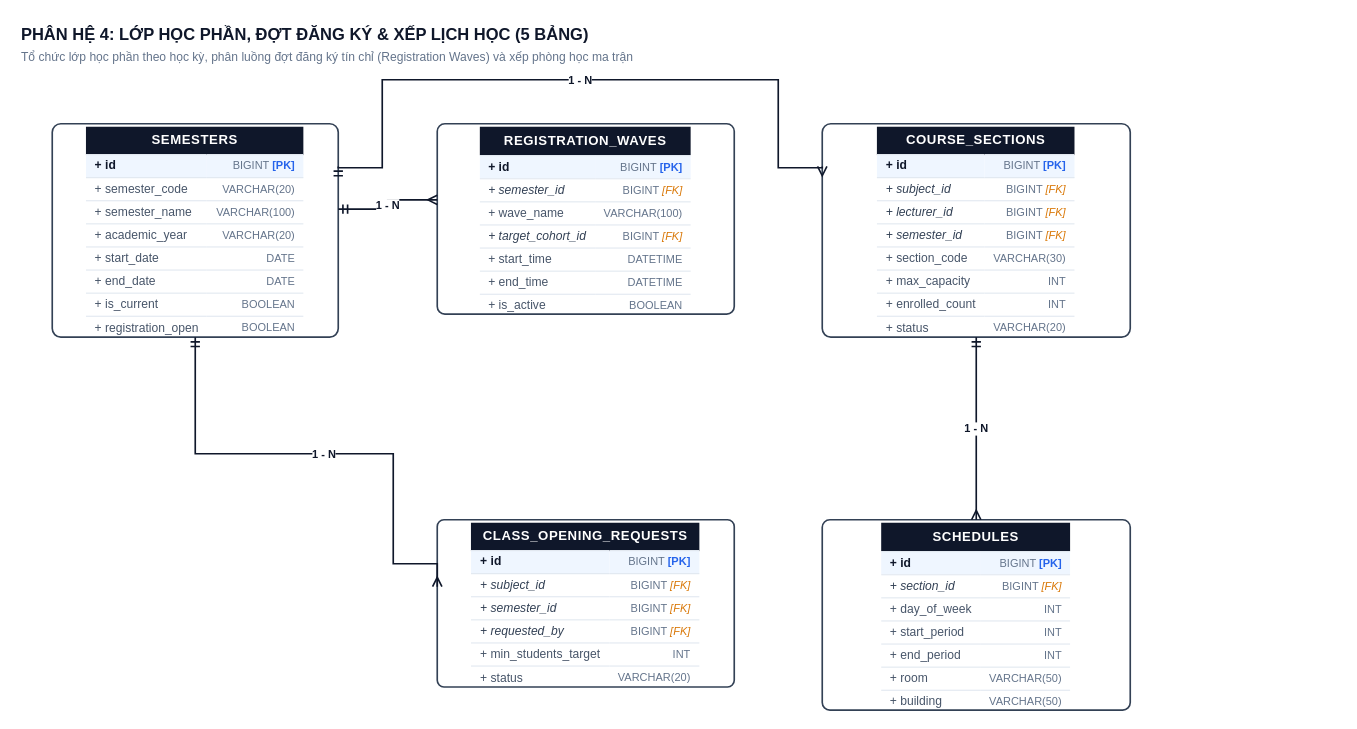
DevMarkie/DoAnChuyenNganh keeps this draw.io diagram as page "5. Phân hệ 4 - Lớp học phần & Xếp lịch" (5 of 8) of drawio/ERD_Diagrams.drawio. Above is the earlier version. Source tidied: cells renumbered, new cells numbered last; positions are measured from the earlier drawing's top-left corner, leaving out a move shared by most shapes. Both pictures are drawn from the tidied source at 110%, with x=0, y=0 at pixel (19, 19).
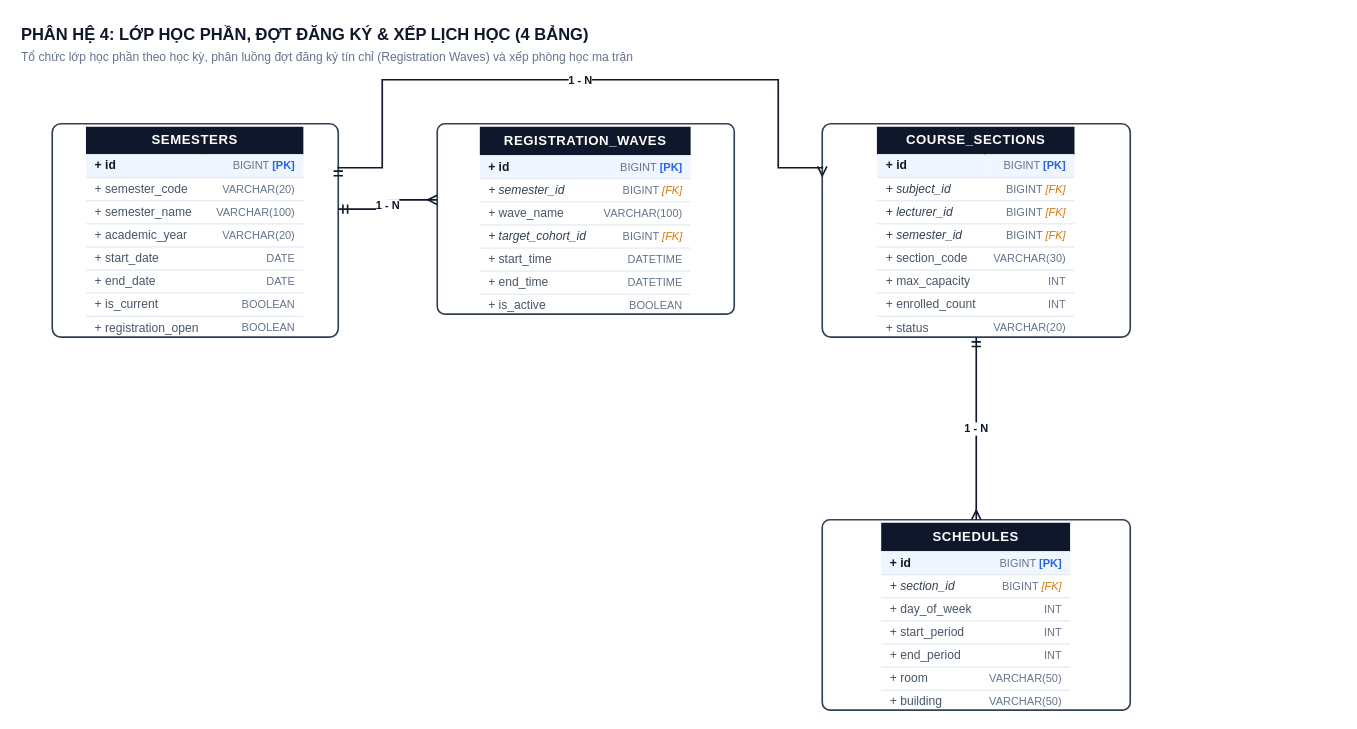
The same page after the edit.

The edit, as a diff of the source:
```diff
@@
 <mxGraphModel background="#ffffff">
   <root>
     <mxCell id="0" />
     <mxCell id="1" parent="0" />
-    <mxCell id="2" value="PHÂN HỆ 4: LỚP HỌC PHẦN, ĐỢT ĐĂNG KÝ &amp; XẾP LỊCH HỌC (5 BẢNG)" style="text;html=1;strokeColor=none;fillColor=none;align=left;verticalAlign=middle;fontStyle=1;fontSize=15;fontFamily=Arial,Helvetica,sans-serif;fontColor=#0f172a;" parent="1" vertex="1">
+    <mxCell id="2" value="PHÂN HỆ 4: LỚP HỌC PHẦN, ĐỢT ĐĂNG KÝ &amp; XẾP LỊCH HỌC (4 BẢNG)" style="text;html=1;strokeColor=none;fillColor=none;align=left;verticalAlign=middle;fontStyle=1;fontSize=15;fontFamily=Arial,Helvetica,sans-serif;fontColor=#0f172a;" parent="1" vertex="1">
       <mxGeometry width="1200" height="26" as="geometry" />
     </mxCell>
     <mxCell id="3" value="Tổ chức lớp học phần theo học kỳ, phân luồng đợt đăng ký tín chỉ (Registration Waves) và xếp phòng học ma trận" style="text;html=1;strokeColor=none;fillColor=none;align=left;verticalAlign=middle;fontStyle=0;fontSize=11;fontFamily=Arial,Helvetica,sans-serif;fontColor=#64748b;" parent="1" vertex="1">
       <mxGeometry y="24" width="1200" height="20" as="geometry" />
     </mxCell>
     <mxCell id="4" value="&lt;table style=&quot;width:100%; border-collapse:collapse; font-family:Arial,Helvetica,sans-serif; font-size:11px; margin:0; padding:0;&quot;&gt;&lt;tr style=&quot;background:#0f172a; color:#ffffff; height:26px;&quot;&gt;&lt;td colspan=&quot;2&quot; align=&quot;center&quot; style=&quot;font-weight:bold; font-size:12px; letter-spacing:0.5px;&quot;&gt;SEMESTERS&lt;/td&gt;&lt;/tr&gt;&lt;tr style=&quot;background:#eff6ff; height:21px; border-top:1px solid #e2e8f0;&quot;&gt;&lt;td style=&quot;padding:2px 8px; text-align:left; font-weight:bold; color:#0f172a;&quot;&gt;+ id&lt;/td&gt;&lt;td style=&quot;padding:2px 8px; text-align:right; color:#64748b; font-size:10px;&quot;&gt;BIGINT &lt;b style=&quot;color:#2563eb;&quot;&gt;[PK]&lt;/b&gt;&lt;/td&gt;&lt;/tr&gt;&lt;tr style=&quot;background:#ffffff; height:21px; border-top:1px solid #e2e8f0;&quot;&gt;&lt;td style=&quot;padding:2px 8px; text-align:left; color:#475569;&quot;&gt;+ semester_code&lt;/td&gt;&lt;td style=&quot;padding:2px 8px; text-align:right; color:#64748b; font-size:10px;&quot;&gt;VARCHAR(20)&lt;/td&gt;&lt;/tr&gt;&lt;tr style=&quot;background:#ffffff; height:21px; border-top:1px solid #e2e8f0;&quot;&gt;&lt;td style=&quot;padding:2px 8px; text-align:left; color:#475569;&quot;&gt;+ semester_name&lt;/td&gt;&lt;td style=&quot;padding:2px 8px; text-align:right; color:#64748b; font-size:10px;&quot;&gt;VARCHAR(100)&lt;/td&gt;&lt;/tr&gt;&lt;tr style=&quot;background:#ffffff; height:21px; border-top:1px solid #e2e8f0;&quot;&gt;&lt;td style=&quot;padding:2px 8px; text-align:left; color:#475569;&quot;&gt;+ academic_year&lt;/td&gt;&lt;td style=&quot;padding:2px 8px; text-align:right; color:#64748b; font-size:10px;&quot;&gt;VARCHAR(20)&lt;/td&gt;&lt;/tr&gt;&lt;tr style=&quot;background:#ffffff; height:21px; border-top:1px solid #e2e8f0;&quot;&gt;&lt;td style=&quot;padding:2px 8px; text-align:left; color:#475569;&quot;&gt;+ start_date&lt;/td&gt;&lt;td style=&quot;padding:2px 8px; text-align:right; color:#64748b; font-size:10px;&quot;&gt;DATE&lt;/td&gt;&lt;/tr&gt;&lt;tr style=&quot;background:#ffffff; height:21px; border-top:1px solid #e2e8f0;&quot;&gt;&lt;td style=&quot;padding:2px 8px; text-align:left; color:#475569;&quot;&gt;+ end_date&lt;/td&gt;&lt;td style=&quot;padding:2px 8px; text-align:right; color:#64748b; font-size:10px;&quot;&gt;DATE&lt;/td&gt;&lt;/tr&gt;&lt;tr style=&quot;background:#ffffff; height:21px; border-top:1px solid #e2e8f0;&quot;&gt;&lt;td style=&quot;padding:2px 8px; text-align:left; color:#475569;&quot;&gt;+ is_current&lt;/td&gt;&lt;td style=&quot;padding:2px 8px; text-align:right; color:#64748b; font-size:10px;&quot;&gt;BOOLEAN&lt;/td&gt;&lt;/tr&gt;&lt;tr style=&quot;background:#ffffff; height:21px; border-top:1px solid #e2e8f0;&quot;&gt;&lt;td style=&quot;padding:2px 8px; text-align:left; color:#475569;&quot;&gt;+ registration_open&lt;/td&gt;&lt;td style=&quot;padding:2px 8px; text-align:right; color:#64748b; font-size:10px;&quot;&gt;BOOLEAN&lt;/td&gt;&lt;/tr&gt;&lt;/table&gt;" style="rounded=1;arcSize=4;strokeColor=#334155;strokeWidth=1.5;fillColor=#ffffff;html=1;overflow=hidden;whiteSpace=wrap;" parent="1" vertex="1">
       <mxGeometry x="30" y="95" width="260" height="194" as="geometry" />
     </mxCell>
     <mxCell id="5" value="&lt;table style=&quot;width:100%; border-collapse:collapse; font-family:Arial,Helvetica,sans-serif; font-size:11px; margin:0; padding:0;&quot;&gt;&lt;tr style=&quot;background:#0f172a; color:#ffffff; height:26px;&quot;&gt;&lt;td colspan=&quot;2&quot; align=&quot;center&quot; style=&quot;font-weight:bold; font-size:12px; letter-spacing:0.5px;&quot;&gt;REGISTRATION_WAVES&lt;/td&gt;&lt;/tr&gt;&lt;tr style=&quot;background:#eff6ff; height:21px; border-top:1px solid #e2e8f0;&quot;&gt;&lt;td style=&quot;padding:2px 8px; text-align:left; font-weight:bold; color:#0f172a;&quot;&gt;+ id&lt;/td&gt;&lt;td style=&quot;padding:2px 8px; text-align:right; color:#64748b; font-size:10px;&quot;&gt;BIGINT &lt;b style=&quot;color:#2563eb;&quot;&gt;[PK]&lt;/b&gt;&lt;/td&gt;&lt;/tr&gt;&lt;tr style=&quot;background:#ffffff; height:21px; border-top:1px solid #e2e8f0;&quot;&gt;&lt;td style=&quot;padding:2px 8px; text-align:left; font-style:italic; color:#334155;&quot;&gt;+ semester_id&lt;/td&gt;&lt;td style=&quot;padding:2px 8px; text-align:right; color:#64748b; font-size:10px;&quot;&gt;BIGINT &lt;i style=&quot;color:#d97706;&quot;&gt;[FK]&lt;/i&gt;&lt;/td&gt;&lt;/tr&gt;&lt;tr style=&quot;background:#ffffff; height:21px; border-top:1px solid #e2e8f0;&quot;&gt;&lt;td style=&quot;padding:2px 8px; text-align:left; color:#475569;&quot;&gt;+ wave_name&lt;/td&gt;&lt;td style=&quot;padding:2px 8px; text-align:right; color:#64748b; font-size:10px;&quot;&gt;VARCHAR(100)&lt;/td&gt;&lt;/tr&gt;&lt;tr style=&quot;background:#ffffff; height:21px; border-top:1px solid #e2e8f0;&quot;&gt;&lt;td style=&quot;padding:2px 8px; text-align:left; font-style:italic; color:#334155;&quot;&gt;+ target_cohort_id&lt;/td&gt;&lt;td style=&quot;padding:2px 8px; text-align:right; color:#64748b; font-size:10px;&quot;&gt;BIGINT &lt;i style=&quot;color:#d97706;&quot;&gt;[FK]&lt;/i&gt;&lt;/td&gt;&lt;/tr&gt;&lt;tr style=&quot;background:#ffffff; height:21px; border-top:1px solid #e2e8f0;&quot;&gt;&lt;td style=&quot;padding:2px 8px; text-align:left; color:#475569;&quot;&gt;+ start_time&lt;/td&gt;&lt;td style=&quot;padding:2px 8px; text-align:right; color:#64748b; font-size:10px;&quot;&gt;DATETIME&lt;/td&gt;&lt;/tr&gt;&lt;tr style=&quot;background:#ffffff; height:21px; border-top:1px solid #e2e8f0;&quot;&gt;&lt;td style=&quot;padding:2px 8px; text-align:left; color:#475569;&quot;&gt;+ end_time&lt;/td&gt;&lt;td style=&quot;padding:2px 8px; text-align:right; color:#64748b; font-size:10px;&quot;&gt;DATETIME&lt;/td&gt;&lt;/tr&gt;&lt;tr style=&quot;background:#ffffff; height:21px; border-top:1px solid #e2e8f0;&quot;&gt;&lt;td style=&quot;padding:2px 8px; text-align:left; color:#475569;&quot;&gt;+ is_active&lt;/td&gt;&lt;td style=&quot;padding:2px 8px; text-align:right; color:#64748b; font-size:10px;&quot;&gt;BOOLEAN&lt;/td&gt;&lt;/tr&gt;&lt;/table&gt;" style="rounded=1;arcSize=4;strokeColor=#334155;strokeWidth=1.5;fillColor=#ffffff;html=1;overflow=hidden;whiteSpace=wrap;" parent="1" vertex="1">
       <mxGeometry x="380" y="95" width="270" height="173" as="geometry" />
     </mxCell>
     <mxCell id="6" value="&lt;table style=&quot;width:100%; border-collapse:collapse; font-family:Arial,Helvetica,sans-serif; font-size:11px; margin:0; padding:0;&quot;&gt;&lt;tr style=&quot;background:#0f172a; color:#ffffff; height:26px;&quot;&gt;&lt;td colspan=&quot;2&quot; align=&quot;center&quot; style=&quot;font-weight:bold; font-size:12px; letter-spacing:0.5px;&quot;&gt;COURSE_SECTIONS&lt;/td&gt;&lt;/tr&gt;&lt;tr style=&quot;background:#eff6ff; height:21px; border-top:1px solid #e2e8f0;&quot;&gt;&lt;td style=&quot;padding:2px 8px; text-align:left; font-weight:bold; color:#0f172a;&quot;&gt;+ id&lt;/td&gt;&lt;td style=&quot;padding:2px 8px; text-align:right; color:#64748b; font-size:10px;&quot;&gt;BIGINT &lt;b style=&quot;color:#2563eb;&quot;&gt;[PK]&lt;/b&gt;&lt;/td&gt;&lt;/tr&gt;&lt;tr style=&quot;background:#ffffff; height:21px; border-top:1px solid #e2e8f0;&quot;&gt;&lt;td style=&quot;padding:2px 8px; text-align:left; font-style:italic; color:#334155;&quot;&gt;+ subject_id&lt;/td&gt;&lt;td style=&quot;padding:2px 8px; text-align:right; color:#64748b; font-size:10px;&quot;&gt;BIGINT &lt;i style=&quot;color:#d97706;&quot;&gt;[FK]&lt;/i&gt;&lt;/td&gt;&lt;/tr&gt;&lt;tr style=&quot;background:#ffffff; height:21px; border-top:1px solid #e2e8f0;&quot;&gt;&lt;td style=&quot;padding:2px 8px; text-align:left; font-style:italic; color:#334155;&quot;&gt;+ lecturer_id&lt;/td&gt;&lt;td style=&quot;padding:2px 8px; text-align:right; color:#64748b; font-size:10px;&quot;&gt;BIGINT &lt;i style=&quot;color:#d97706;&quot;&gt;[FK]&lt;/i&gt;&lt;/td&gt;&lt;/tr&gt;&lt;tr style=&quot;background:#ffffff; height:21px; border-top:1px solid #e2e8f0;&quot;&gt;&lt;td style=&quot;padding:2px 8px; text-align:left; font-style:italic; color:#334155;&quot;&gt;+ semester_id&lt;/td&gt;&lt;td style=&quot;padding:2px 8px; text-align:right; color:#64748b; font-size:10px;&quot;&gt;BIGINT &lt;i style=&quot;color:#d97706;&quot;&gt;[FK]&lt;/i&gt;&lt;/td&gt;&lt;/tr&gt;&lt;tr style=&quot;background:#ffffff; height:21px; border-top:1px solid #e2e8f0;&quot;&gt;&lt;td style=&quot;padding:2px 8px; text-align:left; color:#475569;&quot;&gt;+ section_code&lt;/td&gt;&lt;td style=&quot;padding:2px 8px; text-align:right; color:#64748b; font-size:10px;&quot;&gt;VARCHAR(30)&lt;/td&gt;&lt;/tr&gt;&lt;tr style=&quot;background:#ffffff; height:21px; border-top:1px solid #e2e8f0;&quot;&gt;&lt;td style=&quot;padding:2px 8px; text-align:left; color:#475569;&quot;&gt;+ max_capacity&lt;/td&gt;&lt;td style=&quot;padding:2px 8px; text-align:right; color:#64748b; font-size:10px;&quot;&gt;INT&lt;/td&gt;&lt;/tr&gt;&lt;tr style=&quot;background:#ffffff; height:21px; border-top:1px solid #e2e8f0;&quot;&gt;&lt;td style=&quot;padding:2px 8px; text-align:left; color:#475569;&quot;&gt;+ enrolled_count&lt;/td&gt;&lt;td style=&quot;padding:2px 8px; text-align:right; color:#64748b; font-size:10px;&quot;&gt;INT&lt;/td&gt;&lt;/tr&gt;&lt;tr style=&quot;background:#ffffff; height:21px; border-top:1px solid #e2e8f0;&quot;&gt;&lt;td style=&quot;padding:2px 8px; text-align:left; color:#475569;&quot;&gt;+ status&lt;/td&gt;&lt;td style=&quot;padding:2px 8px; text-align:right; color:#64748b; font-size:10px;&quot;&gt;VARCHAR(20)&lt;/td&gt;&lt;/tr&gt;&lt;/table&gt;" style="rounded=1;arcSize=4;strokeColor=#334155;strokeWidth=1.5;fillColor=#ffffff;html=1;overflow=hidden;whiteSpace=wrap;" parent="1" vertex="1">
       <mxGeometry x="730" y="95" width="280" height="194" as="geometry" />
     </mxCell>
-    <mxCell id="7" value="&lt;table style=&quot;width:100%; border-collapse:collapse; font-family:Arial,Helvetica,sans-serif; font-size:11px; margin:0; padding:0;&quot;&gt;&lt;tr style=&quot;background:#0f172a; color:#ffffff; height:26px;&quot;&gt;&lt;td colspan=&quot;2&quot; align=&quot;center&quot; style=&quot;font-weight:bold; font-size:12px; letter-spacing:0.5px;&quot;&gt;CLASS_OPENING_REQUESTS&lt;/td&gt;&lt;/tr&gt;&lt;tr style=&quot;background:#eff6ff; height:21px; border-top:1px solid #e2e8f0;&quot;&gt;&lt;td style=&quot;padding:2px 8px; text-align:left; font-weight:bold; color:#0f172a;&quot;&gt;+ id&lt;/td&gt;&lt;td style=&quot;padding:2px 8px; text-align:right; color:#64748b; font-size:10px;&quot;&gt;BIGINT &lt;b style=&quot;color:#2563eb;&quot;&gt;[PK]&lt;/b&gt;&lt;/td&gt;&lt;/tr&gt;&lt;tr style=&quot;background:#ffffff; height:21px; border-top:1px solid #e2e8f0;&quot;&gt;&lt;td style=&quot;padding:2px 8px; text-align:left; font-style:italic; color:#334155;&quot;&gt;+ subject_id&lt;/td&gt;&lt;td style=&quot;padding:2px 8px; text-align:right; color:#64748b; font-size:10px;&quot;&gt;BIGINT &lt;i style=&quot;color:#d97706;&quot;&gt;[FK]&lt;/i&gt;&lt;/td&gt;&lt;/tr&gt;&lt;tr style=&quot;background:#ffffff; height:21px; border-top:1px solid #e2e8f0;&quot;&gt;&lt;td style=&quot;padding:2px 8px; text-align:left; font-style:italic; color:#334155;&quot;&gt;+ semester_id&lt;/td&gt;&lt;td style=&quot;padding:2px 8px; text-align:right; color:#64748b; font-size:10px;&quot;&gt;BIGINT &lt;i style=&quot;color:#d97706;&quot;&gt;[FK]&lt;/i&gt;&lt;/td&gt;&lt;/tr&gt;&lt;tr style=&quot;background:#ffffff; height:21px; border-top:1px solid #e2e8f0;&quot;&gt;&lt;td style=&quot;padding:2px 8px; text-align:left; font-style:italic; color:#334155;&quot;&gt;+ requested_by&lt;/td&gt;&lt;td style=&quot;padding:2px 8px; text-align:right; color:#64748b; font-size:10px;&quot;&gt;BIGINT &lt;i style=&quot;color:#d97706;&quot;&gt;[FK]&lt;/i&gt;&lt;/td&gt;&lt;/tr&gt;&lt;tr style=&quot;background:#ffffff; height:21px; border-top:1px solid #e2e8f0;&quot;&gt;&lt;td style=&quot;padding:2px 8px; text-align:left; color:#475569;&quot;&gt;+ min_students_target&lt;/td&gt;&lt;td style=&quot;padding:2px 8px; text-align:right; color:#64748b; font-size:10px;&quot;&gt;INT&lt;/td&gt;&lt;/tr&gt;&lt;tr style=&quot;background:#ffffff; height:21px; border-top:1px solid #e2e8f0;&quot;&gt;&lt;td style=&quot;padding:2px 8px; text-align:left; color:#475569;&quot;&gt;+ status&lt;/td&gt;&lt;td style=&quot;padding:2px 8px; text-align:right; color:#64748b; font-size:10px;&quot;&gt;VARCHAR(20)&lt;/td&gt;&lt;/tr&gt;&lt;/table&gt;" style="rounded=1;arcSize=4;strokeColor=#334155;strokeWidth=1.5;fillColor=#ffffff;html=1;overflow=hidden;whiteSpace=wrap;" parent="1" vertex="1">
-      <mxGeometry x="380" y="455" width="270" height="152" as="geometry" />
-    </mxCell>
     <mxCell id="8" value="&lt;table style=&quot;width:100%; border-collapse:collapse; font-family:Arial,Helvetica,sans-serif; font-size:11px; margin:0; padding:0;&quot;&gt;&lt;tr style=&quot;background:#0f172a; color:#ffffff; height:26px;&quot;&gt;&lt;td colspan=&quot;2&quot; align=&quot;center&quot; style=&quot;font-weight:bold; font-size:12px; letter-spacing:0.5px;&quot;&gt;SCHEDULES&lt;/td&gt;&lt;/tr&gt;&lt;tr style=&quot;background:#eff6ff; height:21px; border-top:1px solid #e2e8f0;&quot;&gt;&lt;td style=&quot;padding:2px 8px; text-align:left; font-weight:bold; color:#0f172a;&quot;&gt;+ id&lt;/td&gt;&lt;td style=&quot;padding:2px 8px; text-align:right; color:#64748b; font-size:10px;&quot;&gt;BIGINT &lt;b style=&quot;color:#2563eb;&quot;&gt;[PK]&lt;/b&gt;&lt;/td&gt;&lt;/tr&gt;&lt;tr style=&quot;background:#ffffff; height:21px; border-top:1px solid #e2e8f0;&quot;&gt;&lt;td style=&quot;padding:2px 8px; text-align:left; font-style:italic; color:#334155;&quot;&gt;+ section_id&lt;/td&gt;&lt;td style=&quot;padding:2px 8px; text-align:right; color:#64748b; font-size:10px;&quot;&gt;BIGINT &lt;i style=&quot;color:#d97706;&quot;&gt;[FK]&lt;/i&gt;&lt;/td&gt;&lt;/tr&gt;&lt;tr style=&quot;background:#ffffff; height:21px; border-top:1px solid #e2e8f0;&quot;&gt;&lt;td style=&quot;padding:2px 8px; text-align:left; color:#475569;&quot;&gt;+ day_of_week&lt;/td&gt;&lt;td style=&quot;padding:2px 8px; text-align:right; color:#64748b; font-size:10px;&quot;&gt;INT&lt;/td&gt;&lt;/tr&gt;&lt;tr style=&quot;background:#ffffff; height:21px; border-top:1px solid #e2e8f0;&quot;&gt;&lt;td style=&quot;padding:2px 8px; text-align:left; color:#475569;&quot;&gt;+ start_period&lt;/td&gt;&lt;td style=&quot;padding:2px 8px; text-align:right; color:#64748b; font-size:10px;&quot;&gt;INT&lt;/td&gt;&lt;/tr&gt;&lt;tr style=&quot;background:#ffffff; height:21px; border-top:1px solid #e2e8f0;&quot;&gt;&lt;td style=&quot;padding:2px 8px; text-align:left; color:#475569;&quot;&gt;+ end_period&lt;/td&gt;&lt;td style=&quot;padding:2px 8px; text-align:right; color:#64748b; font-size:10px;&quot;&gt;INT&lt;/td&gt;&lt;/tr&gt;&lt;tr style=&quot;background:#ffffff; height:21px; border-top:1px solid #e2e8f0;&quot;&gt;&lt;td style=&quot;padding:2px 8px; text-align:left; color:#475569;&quot;&gt;+ room&lt;/td&gt;&lt;td style=&quot;padding:2px 8px; text-align:right; color:#64748b; font-size:10px;&quot;&gt;VARCHAR(50)&lt;/td&gt;&lt;/tr&gt;&lt;tr style=&quot;background:#ffffff; height:21px; border-top:1px solid #e2e8f0;&quot;&gt;&lt;td style=&quot;padding:2px 8px; text-align:left; color:#475569;&quot;&gt;+ building&lt;/td&gt;&lt;td style=&quot;padding:2px 8px; text-align:right; color:#64748b; font-size:10px;&quot;&gt;VARCHAR(50)&lt;/td&gt;&lt;/tr&gt;&lt;/table&gt;" style="rounded=1;arcSize=4;strokeColor=#334155;strokeWidth=1.5;fillColor=#ffffff;html=1;overflow=hidden;whiteSpace=wrap;" parent="1" vertex="1">
       <mxGeometry x="730" y="455" width="280" height="173" as="geometry" />
     </mxCell>
     <mxCell id="9" value="1 - N" style="edgeStyle=orthogonalEdgeStyle;rounded=0;jettySize=auto;html=1;strokeColor=#0f172a;strokeWidth=1.5;fontColor=#0f172a;fontSize=10;fontStyle=1;endArrow=ERmany;endFill=0;startArrow=ERmandOne;startFill=0;exitX=1;exitY=0.4;exitDx=0;exitDy=0;entryX=0;entryY=0.4;entryDx=0;entryDy=0;" parent="1" edge="1" source="4" target="5">
       <mxGeometry relative="1" as="geometry" />
     </mxCell>
     <mxCell id="10" value="1 - N" style="edgeStyle=orthogonalEdgeStyle;rounded=0;jettySize=auto;html=1;strokeColor=#0f172a;strokeWidth=1.5;fontColor=#0f172a;fontSize=10;fontStyle=1;endArrow=ERmany;endFill=0;startArrow=ERmandOne;startFill=0;exitX=1;exitY=0.2;exitDx=0;exitDy=0;entryX=0;entryY=0.2;entryDx=0;entryDy=0;" parent="1" edge="1" source="4" target="6">
       <mxGeometry relative="1" as="geometry">
         <Array as="points">
           <mxPoint x="330" y="135" />
           <mxPoint x="330" y="55" />
           <mxPoint x="690" y="55" />
           <mxPoint x="690" y="135" />
         </Array>
       </mxGeometry>
     </mxCell>
-    <mxCell id="11" value="1 - N" style="edgeStyle=orthogonalEdgeStyle;rounded=0;jettySize=auto;html=1;strokeColor=#0f172a;strokeWidth=1.5;fontColor=#0f172a;fontSize=10;fontStyle=1;endArrow=ERmany;endFill=0;startArrow=ERmandOne;startFill=0;exitX=0.5;exitY=1;exitDx=0;exitDy=0;entryX=0;entryY=0.4;entryDx=0;entryDy=0;" parent="1" edge="1" source="4" target="7">
-      <mxGeometry relative="1" as="geometry">
-        <Array as="points">
-          <mxPoint x="160" y="395" />
-          <mxPoint x="340" y="395" />
-          <mxPoint x="340" y="495" />
-        </Array>
-      </mxGeometry>
-    </mxCell>
     <mxCell id="12" value="1 - N" style="edgeStyle=orthogonalEdgeStyle;rounded=0;jettySize=auto;html=1;strokeColor=#0f172a;strokeWidth=1.5;fontColor=#0f172a;fontSize=10;fontStyle=1;endArrow=ERmany;endFill=0;startArrow=ERmandOne;startFill=0;exitX=0.5;exitY=1;exitDx=0;exitDy=0;entryX=0.5;entryY=0;entryDx=0;entryDy=0;" parent="1" edge="1" source="6" target="8">
       <mxGeometry relative="1" as="geometry" />
     </mxCell>
   </root>
 </mxGraphModel>
```
